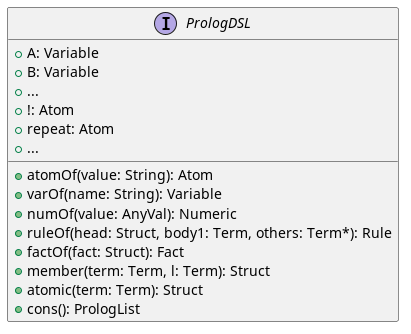
kelvindev15/PPS-22-Prolog-as-scalaDSL keeps this PlantUML diagram as docs/static/img/diagrams/PrologDSL.png. Above is the earlier version. Source of this version:
```plantuml
@startuml
interface PrologDSL {
    + atomOf(value: String): Atom
    + varOf(name: String): Variable
    + numOf(value: AnyVal): Numeric
    + ruleOf(head: Struct, body1: Term, others: Term*): Rule
    + factOf(fact: Struct): Fact
    + member(term: Term, l: Term): Struct
    + atomic(term: Term): Struct
    + cons(): PrologList
    + A: Variable
    + B: Variable
    + ...
    + !: Atom
    + repeat: Atom
    + ...
}
@enduml
```
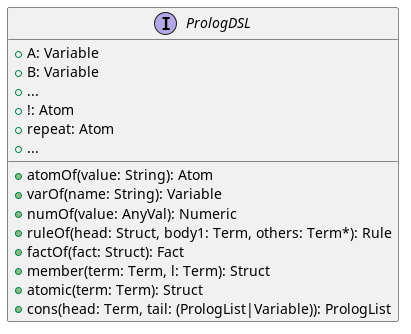
The same diagram one commit later.

What changed in the source:
```diff
@@ -7,7 +7,7 @@
     + factOf(fact: Struct): Fact
     + member(term: Term, l: Term): Struct
     + atomic(term: Term): Struct
-    + cons(): PrologList
+    + cons(head: Term, tail: (PrologList|Variable)): PrologList
     + A: Variable
     + B: Variable
     + ...
```
